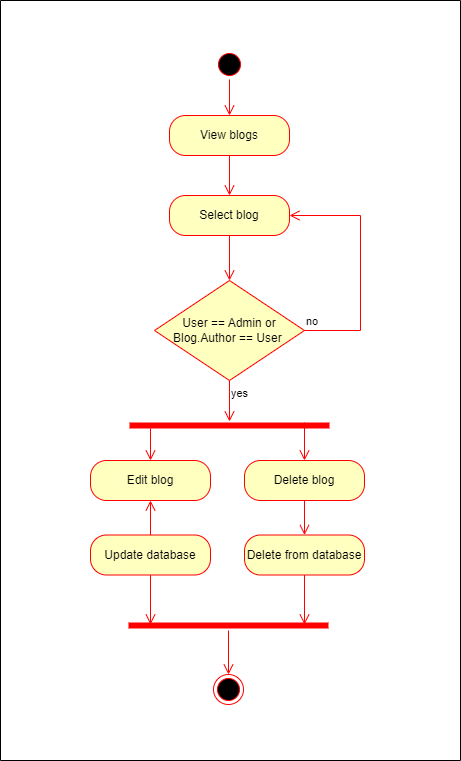
iprosenjitp/Tech-School keeps this draw.io diagram as Materials/Activity Diagrams/AD_Mange Blog.png. Above is the earlier version. Source tidied: cells renumbered, new cells last; positions are measured from the earlier drawing's top-left corner, leaving out a move shared by most shapes.
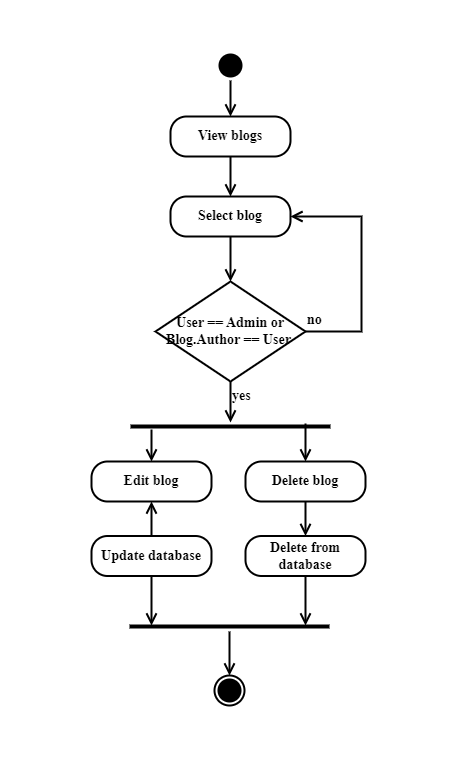
After the change.

The edit, as a diff of the source:
```diff
@@ -2,76 +2,76 @@
   <root>
     <mxCell id="0" />
     <mxCell id="1" parent="0" />
-    <mxCell id="2" value="View blogs" style="rounded=1;whiteSpace=wrap;html=1;arcSize=40;fontColor=#000000;fillColor=#ffffc0;strokeColor=#ff0000;" parent="1" vertex="1">
+    <mxCell id="2" value="View blogs" style="rounded=1;whiteSpace=wrap;html=1;arcSize=40;fontSize=14;fontStyle=1;fontFamily=Times New Roman;strokeWidth=2;" parent="1" vertex="1">
       <mxGeometry x="169" y="115" width="120" height="40" as="geometry" />
     </mxCell>
-    <mxCell id="3" style="edgeStyle=orthogonalEdgeStyle;html=1;verticalAlign=bottom;endArrow=open;endSize=8;strokeColor=#ff0000;rounded=0;entryX=0.5;entryY=0;entryDx=0;entryDy=0;" parent="1" edge="1" source="2" target="7">
+    <mxCell id="3" style="edgeStyle=orthogonalEdgeStyle;html=1;verticalAlign=bottom;endArrow=open;endSize=8;rounded=0;entryX=0.5;entryY=0;entryDx=0;entryDy=0;fontSize=14;fontStyle=1;fontFamily=Times New Roman;strokeWidth=2;" parent="1" edge="1" source="2" target="7">
       <mxGeometry relative="1" as="geometry" />
     </mxCell>
-    <mxCell id="4" style="ellipse;html=1;shape=startState;fillColor=#000000;strokeColor=#ff0000;" parent="1" vertex="1">
+    <mxCell id="4" style="ellipse;html=1;shape=startState;fontSize=14;fontStyle=1;fontFamily=Times New Roman;strokeWidth=2;fillColor=#000000;" parent="1" vertex="1">
       <mxGeometry x="214" y="49" width="30" height="30" as="geometry" />
     </mxCell>
-    <mxCell id="5" style="edgeStyle=orthogonalEdgeStyle;html=1;verticalAlign=bottom;endArrow=open;endSize=8;strokeColor=#ff0000;rounded=0;entryX=0.5;entryY=0;entryDx=0;entryDy=0;" parent="1" edge="1" source="4" target="2">
+    <mxCell id="5" style="edgeStyle=orthogonalEdgeStyle;html=1;verticalAlign=bottom;endArrow=open;endSize=8;rounded=0;entryX=0.5;entryY=0;entryDx=0;entryDy=0;fontSize=14;fontStyle=1;fontFamily=Times New Roman;strokeWidth=2;" parent="1" edge="1" source="4" target="2">
       <mxGeometry relative="1" as="geometry" />
     </mxCell>
-    <mxCell id="6" style="edgeStyle=orthogonalEdgeStyle;rounded=0;jettySize=auto;html=1;entryX=0.5;entryY=0;entryDx=0;entryDy=0;endArrow=open;endFill=0;endSize=8;strokeColor=#FF0000;" parent="1" edge="1" source="7" target="9">
+    <mxCell id="6" style="edgeStyle=orthogonalEdgeStyle;rounded=0;jettySize=auto;html=1;entryX=0.5;entryY=0;entryDx=0;entryDy=0;endArrow=open;endFill=0;endSize=8;fontSize=14;fontStyle=1;fontFamily=Times New Roman;strokeWidth=2;" parent="1" edge="1" source="7" target="9">
       <mxGeometry relative="1" as="geometry" />
     </mxCell>
-    <mxCell id="7" value="Select blog" style="rounded=1;whiteSpace=wrap;html=1;arcSize=40;fontColor=#000000;fillColor=#ffffc0;strokeColor=#ff0000;" parent="1" vertex="1">
+    <mxCell id="7" value="Select blog" style="rounded=1;whiteSpace=wrap;html=1;arcSize=40;fontSize=14;fontStyle=1;fontFamily=Times New Roman;strokeWidth=2;" parent="1" vertex="1">
       <mxGeometry x="169" y="195" width="120" height="40" as="geometry" />
     </mxCell>
-    <mxCell id="8" style="swimlane;startSize=0;" parent="1" vertex="1">
+    <mxCell id="8" style="swimlane;startSize=0;fontSize=14;fontStyle=1;fontFamily=Times New Roman;strokeWidth=2;strokeColor=#FFFFFF;" parent="1" vertex="1">
       <mxGeometry width="460" height="760" as="geometry" />
     </mxCell>
-    <mxCell id="9" value="User == Admin or Blog.Author == User&amp;nbsp;" style="rhombus;whiteSpace=wrap;html=1;fontColor=#000000;fillColor=#ffffc0;strokeColor=#ff0000;" parent="8" vertex="1">
+    <mxCell id="9" value="User == Admin or Blog.Author == User&amp;nbsp;" style="rhombus;whiteSpace=wrap;html=1;fontSize=14;fontStyle=1;fontFamily=Times New Roman;strokeWidth=2;" parent="8" vertex="1">
       <mxGeometry x="154" y="280" width="150" height="100" as="geometry" />
     </mxCell>
-    <mxCell id="10" style="edgeStyle=orthogonalEdgeStyle;rounded=0;jettySize=auto;html=1;exitX=0.105;exitY=0.8;exitDx=0;exitDy=0;exitPerimeter=0;endArrow=open;endFill=0;endSize=8;strokeColor=#FF0000;" parent="8" edge="1" source="14" target="11">
+    <mxCell id="10" style="edgeStyle=orthogonalEdgeStyle;rounded=0;jettySize=auto;html=1;exitX=0.105;exitY=0.8;exitDx=0;exitDy=0;exitPerimeter=0;endArrow=open;endFill=0;endSize=8;fontSize=14;fontStyle=1;fontFamily=Times New Roman;strokeWidth=2;" parent="8" edge="1" source="14" target="11">
       <mxGeometry relative="1" as="geometry" />
     </mxCell>
-    <mxCell id="11" value="Edit blog" style="rounded=1;whiteSpace=wrap;html=1;arcSize=40;fontColor=#000000;fillColor=#ffffc0;strokeColor=#ff0000;" parent="8" vertex="1">
+    <mxCell id="11" value="Edit blog" style="rounded=1;whiteSpace=wrap;html=1;arcSize=40;fontSize=14;fontStyle=1;fontFamily=Times New Roman;strokeWidth=2;" parent="8" vertex="1">
       <mxGeometry x="90" y="460" width="120" height="40" as="geometry" />
     </mxCell>
-    <mxCell id="12" value="yes" style="edgeStyle=orthogonalEdgeStyle;html=1;align=left;verticalAlign=top;endArrow=open;endSize=8;strokeColor=#ff0000;rounded=0;entryX=0.5;entryY=0.1;entryDx=0;entryDy=0;entryPerimeter=0;" parent="8" edge="1" source="9" target="14">
+    <mxCell id="12" value="yes" style="edgeStyle=orthogonalEdgeStyle;html=1;align=left;verticalAlign=top;endArrow=open;endSize=8;rounded=0;entryX=0.5;entryY=0.1;entryDx=0;entryDy=0;entryPerimeter=0;fontSize=14;fontStyle=1;fontFamily=Times New Roman;strokeWidth=2;" parent="8" edge="1" source="9" target="14">
       <mxGeometry x="-1" relative="1" as="geometry" />
     </mxCell>
-    <mxCell id="13" style="edgeStyle=orthogonalEdgeStyle;html=1;verticalAlign=bottom;endArrow=open;endSize=8;strokeColor=#ff0000;rounded=0;entryX=0.5;entryY=0;entryDx=0;entryDy=0;" parent="8" edge="1" source="16" target="19">
+    <mxCell id="13" style="edgeStyle=orthogonalEdgeStyle;html=1;verticalAlign=bottom;endArrow=open;endSize=8;rounded=0;entryX=0.5;entryY=0;entryDx=0;entryDy=0;fontSize=14;fontStyle=1;fontFamily=Times New Roman;strokeWidth=2;" parent="8" edge="1" source="16" target="19">
       <mxGeometry relative="1" as="geometry" />
     </mxCell>
-    <mxCell id="14" style="shape=line;html=1;strokeWidth=6;strokeColor=#ff0000;" parent="8" vertex="1">
+    <mxCell id="14" style="shape=line;html=1;strokeWidth=4;fontSize=14;fontStyle=1;fontFamily=Times New Roman;" parent="8" vertex="1">
       <mxGeometry x="129" y="420" width="200" height="10" as="geometry" />
     </mxCell>
-    <mxCell id="15" style="edgeStyle=orthogonalEdgeStyle;rounded=0;jettySize=auto;html=1;exitX=0.875;exitY=0.2;exitDx=0;exitDy=0;exitPerimeter=0;endArrow=open;endFill=0;endSize=8;strokeColor=#FF0000;" parent="8" edge="1" source="14" target="16">
+    <mxCell id="15" style="edgeStyle=orthogonalEdgeStyle;rounded=0;jettySize=auto;html=1;exitX=0.875;exitY=0.2;exitDx=0;exitDy=0;exitPerimeter=0;endArrow=open;endFill=0;endSize=8;fontSize=14;fontStyle=1;fontFamily=Times New Roman;strokeWidth=2;" parent="8" edge="1" source="14" target="16">
       <mxGeometry relative="1" as="geometry" />
     </mxCell>
-    <mxCell id="16" value="Delete blog" style="rounded=1;whiteSpace=wrap;html=1;arcSize=40;fontColor=#000000;fillColor=#ffffc0;strokeColor=#ff0000;" parent="8" vertex="1">
+    <mxCell id="16" value="Delete blog" style="rounded=1;whiteSpace=wrap;html=1;arcSize=40;fontSize=14;fontStyle=1;fontFamily=Times New Roman;strokeWidth=2;" parent="8" vertex="1">
       <mxGeometry x="244" y="460" width="120" height="40" as="geometry" />
     </mxCell>
-    <mxCell id="17" style="edgeStyle=orthogonalEdgeStyle;rounded=0;jettySize=auto;html=1;exitX=0.5;exitY=0;exitDx=0;exitDy=0;entryX=0.5;entryY=1;entryDx=0;entryDy=0;endSize=8;endArrow=open;endFill=0;strokeColor=#FF0000;" parent="8" edge="1" source="18" target="11">
+    <mxCell id="17" style="edgeStyle=orthogonalEdgeStyle;rounded=0;jettySize=auto;html=1;exitX=0.5;exitY=0;exitDx=0;exitDy=0;entryX=0.5;entryY=1;entryDx=0;entryDy=0;endSize=8;endArrow=open;endFill=0;fontSize=14;fontStyle=1;fontFamily=Times New Roman;strokeWidth=2;" parent="8" edge="1" source="18" target="11">
       <mxGeometry relative="1" as="geometry" />
     </mxCell>
-    <mxCell id="18" value="Update database" style="rounded=1;whiteSpace=wrap;html=1;arcSize=40;fontColor=#000000;fillColor=#ffffc0;strokeColor=#ff0000;" parent="8" vertex="1">
+    <mxCell id="18" value="Update database" style="rounded=1;whiteSpace=wrap;html=1;arcSize=40;fontSize=14;fontStyle=1;fontFamily=Times New Roman;strokeWidth=2;" parent="8" vertex="1">
       <mxGeometry x="90" y="534.5" width="120" height="40" as="geometry" />
     </mxCell>
-    <mxCell id="19" value="Delete from database" style="rounded=1;whiteSpace=wrap;html=1;arcSize=40;fontColor=#000000;fillColor=#ffffc0;strokeColor=#ff0000;" parent="8" vertex="1">
+    <mxCell id="19" value="Delete from database" style="rounded=1;whiteSpace=wrap;html=1;arcSize=40;fontSize=14;fontStyle=1;fontFamily=Times New Roman;strokeWidth=2;" parent="8" vertex="1">
       <mxGeometry x="244" y="534.5" width="120" height="40" as="geometry" />
     </mxCell>
-    <mxCell id="20" style="shape=line;html=1;strokeWidth=6;strokeColor=#ff0000;" parent="8" vertex="1">
+    <mxCell id="20" style="shape=line;html=1;strokeWidth=4;fontSize=14;fontStyle=1;fontFamily=Times New Roman;" parent="8" vertex="1">
       <mxGeometry x="128" y="620" width="200" height="10" as="geometry" />
     </mxCell>
-    <mxCell id="21" style="edgeStyle=orthogonalEdgeStyle;html=1;verticalAlign=bottom;endArrow=open;endSize=8;strokeColor=#ff0000;rounded=0;entryX=0.5;entryY=0;entryDx=0;entryDy=0;" parent="8" edge="1" source="20" target="24">
+    <mxCell id="21" style="edgeStyle=orthogonalEdgeStyle;html=1;verticalAlign=bottom;endArrow=open;endSize=8;rounded=0;entryX=0.5;entryY=0;entryDx=0;entryDy=0;fontSize=14;fontStyle=1;fontFamily=Times New Roman;strokeWidth=2;" parent="8" edge="1" source="20" target="24">
       <mxGeometry relative="1" as="geometry" />
     </mxCell>
-    <mxCell id="22" style="html=1;verticalAlign=bottom;endArrow=open;endSize=8;strokeColor=#ff0000;rounded=0;entryX=0.11;entryY=0.4;entryDx=0;entryDy=0;entryPerimeter=0;edgeStyle=orthogonalEdgeStyle;" parent="8" edge="1" source="18" target="20">
+    <mxCell id="22" style="html=1;verticalAlign=bottom;endArrow=open;endSize=8;rounded=0;entryX=0.11;entryY=0.4;entryDx=0;entryDy=0;entryPerimeter=0;edgeStyle=orthogonalEdgeStyle;fontSize=14;fontStyle=1;fontFamily=Times New Roman;strokeWidth=2;" parent="8" edge="1" source="18" target="20">
       <mxGeometry relative="1" as="geometry" />
     </mxCell>
-    <mxCell id="23" style="edgeStyle=orthogonalEdgeStyle;html=1;verticalAlign=bottom;endArrow=open;endSize=8;strokeColor=#ff0000;rounded=0;entryX=0.88;entryY=0.4;entryDx=0;entryDy=0;entryPerimeter=0;" parent="8" edge="1" source="19" target="20">
+    <mxCell id="23" style="edgeStyle=orthogonalEdgeStyle;html=1;verticalAlign=bottom;endArrow=open;endSize=8;rounded=0;entryX=0.88;entryY=0.4;entryDx=0;entryDy=0;entryPerimeter=0;fontSize=14;fontStyle=1;fontFamily=Times New Roman;strokeWidth=2;" parent="8" edge="1" source="19" target="20">
       <mxGeometry relative="1" as="geometry" />
     </mxCell>
-    <mxCell id="24" style="ellipse;html=1;shape=endState;fillColor=#000000;strokeColor=#ff0000;" parent="8" vertex="1">
+    <mxCell id="24" style="ellipse;html=1;shape=endState;fontSize=14;fontStyle=1;fontFamily=Times New Roman;strokeWidth=2;fillColor=#000000;" parent="8" vertex="1">
       <mxGeometry x="213" y="674" width="30" height="30" as="geometry" />
     </mxCell>
-    <mxCell id="25" value="no" style="edgeStyle=orthogonalEdgeStyle;html=1;align=left;verticalAlign=bottom;endArrow=open;endSize=8;strokeColor=#ff0000;rounded=0;entryX=1;entryY=0.5;entryDx=0;entryDy=0;exitX=1;exitY=0.5;exitDx=0;exitDy=0;" parent="1" edge="1" source="9" target="7">
+    <mxCell id="25" value="no" style="edgeStyle=orthogonalEdgeStyle;html=1;align=left;verticalAlign=bottom;endArrow=open;endSize=8;rounded=0;entryX=1;entryY=0.5;entryDx=0;entryDy=0;exitX=1;exitY=0.5;exitDx=0;exitDy=0;fontSize=14;fontStyle=1;fontFamily=Times New Roman;strokeWidth=2;" parent="1" edge="1" source="9" target="7">
       <mxGeometry x="-1" relative="1" as="geometry">
         <Array as="points">
           <mxPoint x="360" y="330" />
```
